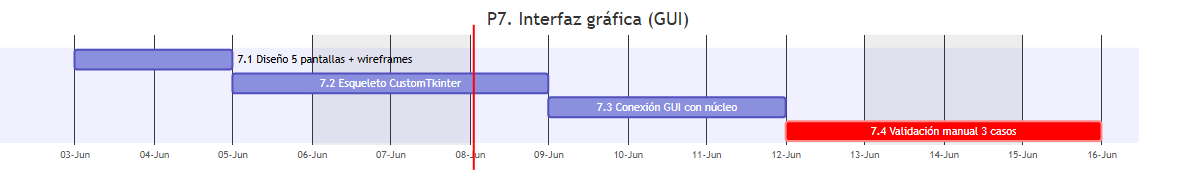
Before: memoria/assets/png/fig-02-10.png, a diagram exported from Mermaid (git-uni/llms-normalization-bd-models-tool). Its source is kept beside it as memoria/assets/mmd/fig-02-10.mmd.
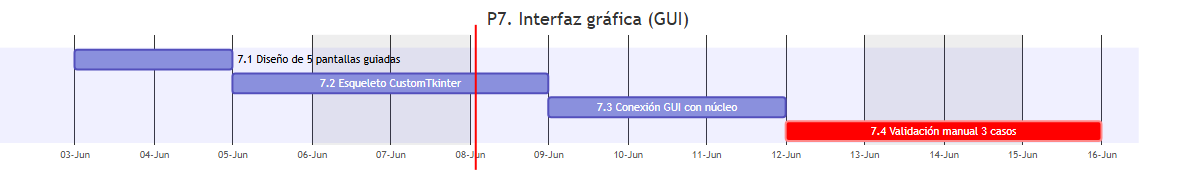
Later version of the same file.

Commit message:
memoria cap02: quita 'wireframes' como subentregable inventado de P7

Cap02 P7 prosa y fig-02-10 mencionaban 'wireframes' como artefacto de la
actividad 7.1, pero no existen como ficheros. Sustituido por una
enumeracion concreta de las cinco pantallas guiadas, que si esta
documentada en cap04/05/06/07.

Change to the diagram source:
```diff
@@ -4,7 +4,7 @@
     axisFormat %d-%b
     excludes weekends
 
-    7.1 Diseño 5 pantallas + wireframes :a1, 2026-06-03, 2d
+    7.1 Diseño de 5 pantallas guiadas   :a1, 2026-06-03, 2d
     7.2 Esqueleto CustomTkinter         :a2, after a1, 2d
     7.3 Conexión GUI con núcleo         :a3, after a2, 3d
     7.4 Validación manual 3 casos       :crit, a4, after a3, 2d
```
